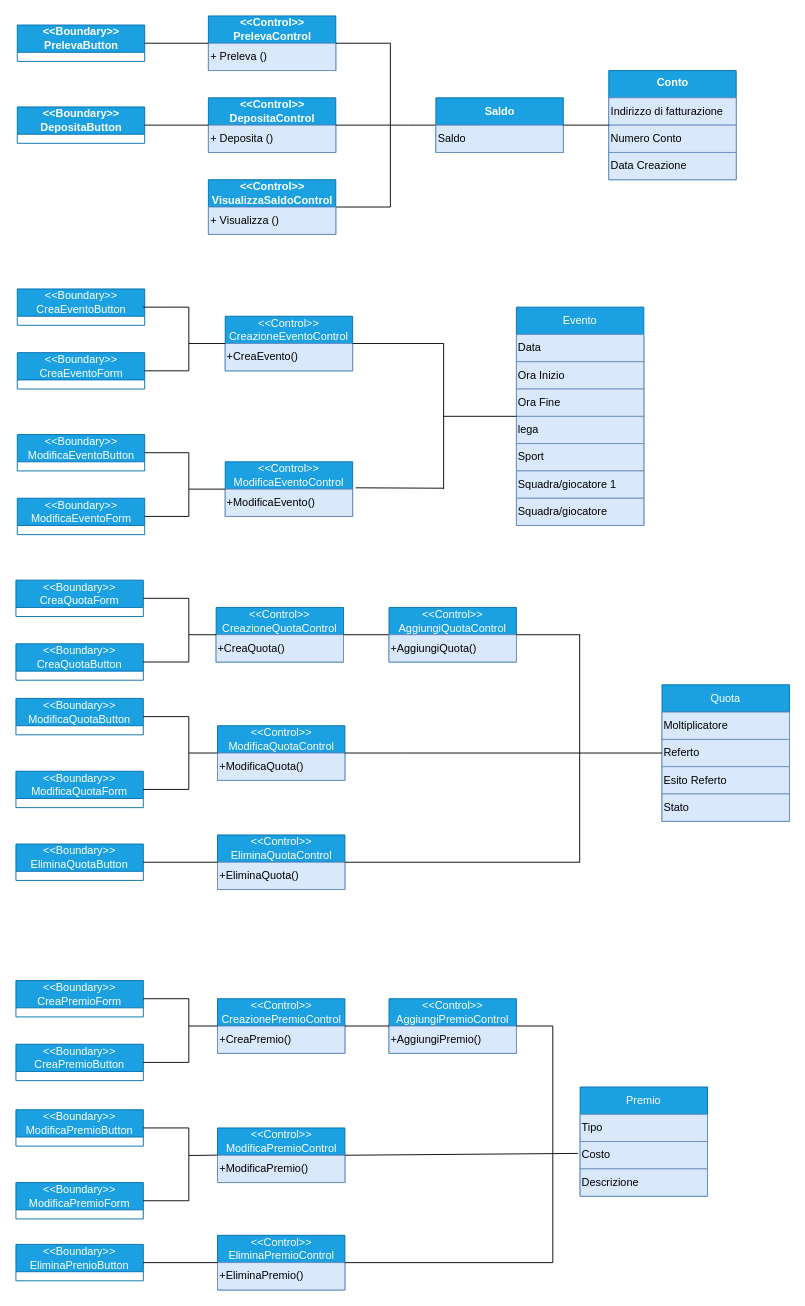
RaffyManzo/ISProject keeps this draw.io diagram as page "saldo" (1 of 6) of DiagrammaSaldo.drawio. Above is the earlier version. Source tidied: cells renumbered, new cells numbered last; positions are measured from the earlier drawing's top-left corner, leaving out a move shared by most shapes. Both pictures are drawn from the tidied source at 91%, with x=0, y=0 at pixel (15, 15).
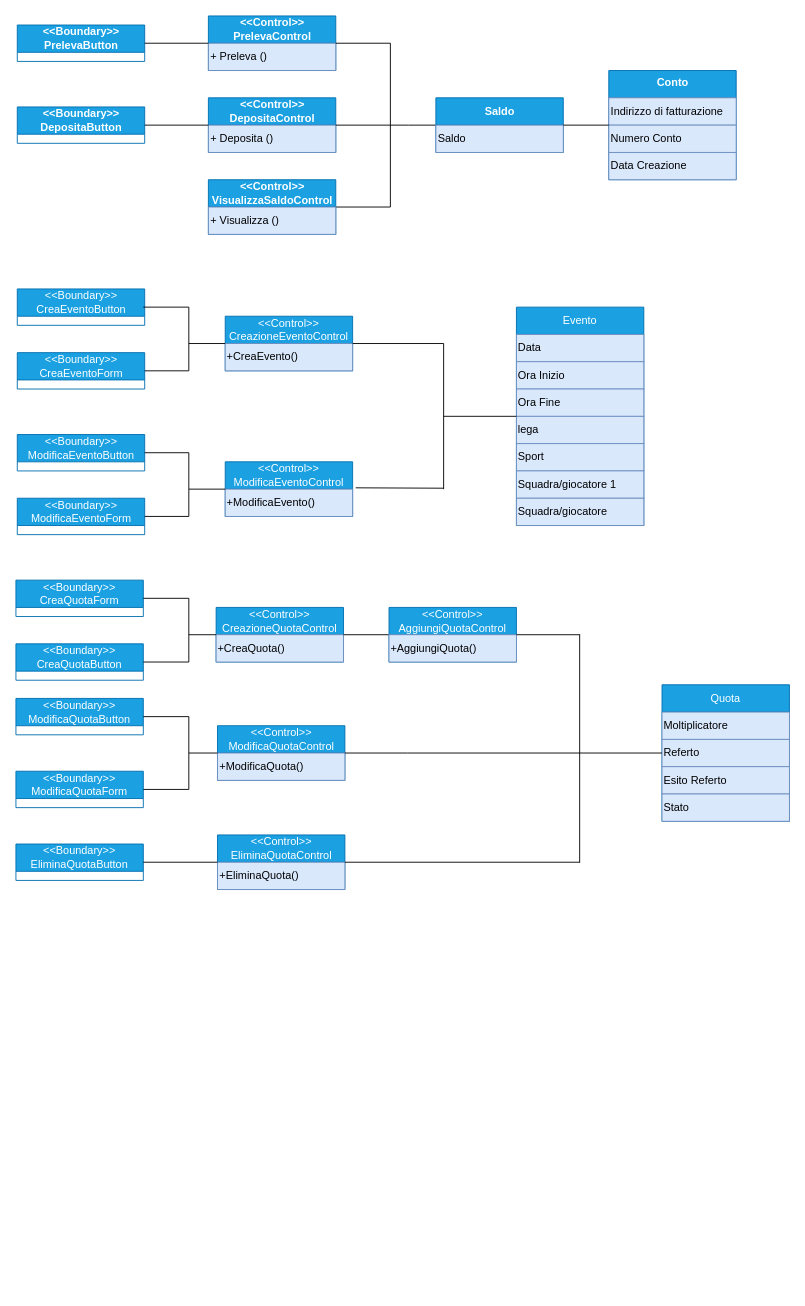
The same diagram, later.

Diff of the diagram source:
```diff
@@
-    <mxCell id="86" value="&amp;lt;&amp;lt;Boundary&amp;gt;&amp;gt;&lt;div style=&quot;font-size: 12px;&quot;&gt;CreaPremioForm&lt;/div&gt;" style="swimlane;fontStyle=0;horizontal=1;startSize=30;whiteSpace=wrap;html=1;fontSize=12;verticalAlign=middle;fillColor=#1ba1e2;strokeColor=#006EAF;fillStyle=auto;fontColor=#ffffff;fontFamily=Century Gothic;" parent="1" vertex="1">
-      <mxGeometry y="1060" width="140" height="40" as="geometry" />
-    </mxCell>
-    <mxCell id="87" value="&amp;lt;&amp;lt;Boundary&amp;gt;&amp;gt;&lt;div style=&quot;font-size: 12px;&quot;&gt;CreaPremioButton&lt;/div&gt;" style="swimlane;fontStyle=0;horizontal=1;startSize=30;whiteSpace=wrap;html=1;fontSize=12;verticalAlign=middle;fillColor=#1ba1e2;strokeColor=#006EAF;fillStyle=auto;fontColor=#ffffff;fontFamily=Century Gothic;" parent="1" vertex="1">
-      <mxGeometry y="1130" width="140" height="40" as="geometry" />
-    </mxCell>
-    <mxCell id="88" value="&amp;lt;&amp;lt;Boundary&amp;gt;&amp;gt;&lt;div style=&quot;font-size: 12px;&quot;&gt;ModificaPremioButton&lt;/div&gt;" style="swimlane;fontStyle=0;horizontal=1;startSize=30;whiteSpace=wrap;html=1;fontSize=12;verticalAlign=middle;fillColor=#1ba1e2;strokeColor=#006EAF;fillStyle=auto;fontColor=#ffffff;fontFamily=Century Gothic;" parent="1" vertex="1">
-      <mxGeometry y="1202" width="140" height="40" as="geometry" />
-    </mxCell>
-    <mxCell id="89" value="&amp;lt;&amp;lt;Boundary&amp;gt;&amp;gt;&lt;div style=&quot;font-size: 12px;&quot;&gt;ModificaPremioForm&lt;/div&gt;" style="swimlane;fontStyle=0;horizontal=1;startSize=30;whiteSpace=wrap;html=1;fontSize=12;verticalAlign=middle;fillColor=#1ba1e2;strokeColor=#006EAF;fillStyle=auto;fontColor=#ffffff;fontFamily=Century Gothic;" parent="1" vertex="1">
-      <mxGeometry y="1282" width="140" height="40" as="geometry" />
-    </mxCell>
-    <mxCell id="90" value="&amp;lt;&amp;lt;Boundary&amp;gt;&amp;gt;&lt;div style=&quot;font-size: 12px;&quot;&gt;EliminaPrenioButton&lt;/div&gt;" style="swimlane;fontStyle=0;horizontal=1;startSize=30;whiteSpace=wrap;html=1;fontSize=12;verticalAlign=middle;fillColor=#1ba1e2;strokeColor=#006EAF;fillStyle=auto;fontColor=#ffffff;fontFamily=Century Gothic;" parent="1" vertex="1">
-      <mxGeometry y="1350" width="140" height="40" as="geometry" />
-    </mxCell>
-    <mxCell id="91" value="&amp;lt;&amp;lt;Control&amp;gt;&amp;gt;&lt;div style=&quot;font-size: 12px;&quot;&gt;CreazionePremioControl&lt;/div&gt;" style="swimlane;fontStyle=0;horizontal=1;startSize=30;whiteSpace=wrap;html=1;fontSize=12;verticalAlign=middle;fillColor=#1ba1e2;strokeColor=#006EAF;fontColor=#ffffff;fontFamily=Century Gothic;" parent="1" vertex="1">
-      <mxGeometry x="221.5" y="1080" width="140" height="60" as="geometry" />
-    </mxCell>
-    <mxCell id="92" value="+CreaPremio()" style="text;html=1;align=left;verticalAlign=middle;whiteSpace=wrap;rounded=0;fillColor=#dae8fc;strokeColor=#6c8ebf;fontFamily=Century Gothic;fontSize=12;" parent="91" vertex="1">
-      <mxGeometry y="30" width="140" height="30" as="geometry" />
-    </mxCell>
-    <mxCell id="93" value="&amp;lt;&amp;lt;Control&amp;gt;&amp;gt;&lt;div style=&quot;font-size: 12px;&quot;&gt;ModificaPremioControl&lt;/div&gt;" style="swimlane;fontStyle=0;horizontal=1;startSize=30;whiteSpace=wrap;html=1;fontSize=12;verticalAlign=middle;fillColor=#1ba1e2;strokeColor=#006EAF;fontColor=#ffffff;fontFamily=Century Gothic;" parent="1" vertex="1">
-      <mxGeometry x="221.5" y="1222" width="140" height="60" as="geometry" />
-    </mxCell>
-    <mxCell id="94" value="+ModificaPremio()" style="text;html=1;align=left;verticalAlign=middle;whiteSpace=wrap;rounded=0;fillColor=#dae8fc;strokeColor=#6c8ebf;fontFamily=Century Gothic;fontSize=12;" parent="93" vertex="1">
-      <mxGeometry y="30" width="140" height="30" as="geometry" />
-    </mxCell>
-    <mxCell id="95" value="&amp;lt;&amp;lt;Control&amp;gt;&amp;gt;&lt;div style=&quot;font-size: 12px;&quot;&gt;EliminaPremioControl&lt;/div&gt;" style="swimlane;fontStyle=0;horizontal=1;startSize=30;whiteSpace=wrap;html=1;fontSize=12;verticalAlign=middle;fillColor=#1ba1e2;strokeColor=#006EAF;fontColor=#ffffff;fontFamily=Century Gothic;" parent="1" vertex="1">
-      <mxGeometry x="221.5" y="1340" width="140" height="60" as="geometry" />
-    </mxCell>
-    <mxCell id="96" value="+EliminaPremio()" style="text;html=1;align=left;verticalAlign=middle;whiteSpace=wrap;rounded=0;fillColor=#dae8fc;strokeColor=#6c8ebf;fontFamily=Century Gothic;fontSize=12;" parent="95" vertex="1">
-      <mxGeometry y="30" width="140" height="30" as="geometry" />
-    </mxCell>
-    <mxCell id="97" value="&amp;lt;&amp;lt;Control&amp;gt;&amp;gt;&lt;div style=&quot;font-size: 12px;&quot;&gt;AggiungiPremioControl&lt;/div&gt;" style="swimlane;fontStyle=0;horizontal=1;startSize=30;whiteSpace=wrap;html=1;fontSize=12;verticalAlign=middle;fillColor=#1ba1e2;strokeColor=#006EAF;fontColor=#ffffff;fontFamily=Century Gothic;" parent="1" vertex="1">
-      <mxGeometry x="410" y="1080" width="140" height="60" as="geometry" />
-    </mxCell>
-    <mxCell id="98" value="+AggiungiPremio()" style="text;html=1;align=left;verticalAlign=middle;whiteSpace=wrap;rounded=0;fillColor=#dae8fc;strokeColor=#6c8ebf;fontFamily=Century Gothic;fontSize=12;" parent="97" vertex="1">
-      <mxGeometry y="30" width="140" height="30" as="geometry" />
-    </mxCell>
-    <mxCell id="99" value="Premio" style="swimlane;fontStyle=0;horizontal=1;startSize=30;whiteSpace=wrap;html=1;fontSize=12;verticalAlign=middle;fillColor=#1ba1e2;strokeColor=#006EAF;fontColor=#ffffff;fontFamily=Century Gothic;" parent="1" vertex="1">
-      <mxGeometry x="620" y="1177" width="140" height="120" as="geometry" />
-    </mxCell>
-    <mxCell id="100" value="Tipo" style="text;html=1;align=left;verticalAlign=middle;whiteSpace=wrap;rounded=0;fillColor=#dae8fc;strokeColor=#6c8ebf;fontFamily=Century Gothic;fontSize=12;" parent="99" vertex="1">
-      <mxGeometry y="30" width="140" height="30" as="geometry" />
-    </mxCell>
-    <mxCell id="101" value="Costo" style="text;html=1;align=left;verticalAlign=middle;whiteSpace=wrap;rounded=0;fillColor=#dae8fc;strokeColor=#6c8ebf;fontFamily=Century Gothic;fontSize=12;" parent="99" vertex="1">
-      <mxGeometry y="60" width="140" height="30" as="geometry" />
-    </mxCell>
-    <mxCell id="102" value="Descrizione" style="text;html=1;align=left;verticalAlign=middle;whiteSpace=wrap;rounded=0;fillColor=#dae8fc;strokeColor=#6c8ebf;fontFamily=Century Gothic;fontSize=12;" parent="99" vertex="1">
-      <mxGeometry y="90" width="140" height="30" as="geometry" />
-    </mxCell>
-    <mxCell id="103" style="endArrow=none;html=1;rounded=0;exitX=1;exitY=0.5;exitDx=0;exitDy=0;fontFamily=Century Gothic;fontSize=12;" parent="1" edge="1" source="86">
-      <mxGeometry relative="1" as="geometry">
-        <mxPoint x="190" y="1080" as="targetPoint" />
-      </mxGeometry>
-    </mxCell>
-    <mxCell id="104" style="endArrow=none;html=1;rounded=0;fontFamily=Century Gothic;fontSize=12;" parent="1" edge="1">
-      <mxGeometry relative="1" as="geometry">
-        <mxPoint x="190" y="1080" as="sourcePoint" />
-        <mxPoint x="190" y="1150" as="targetPoint" />
-      </mxGeometry>
-    </mxCell>
-    <mxCell id="105" style="endArrow=none;html=1;rounded=0;exitX=1;exitY=0.5;exitDx=0;exitDy=0;fontFamily=Century Gothic;fontSize=12;" parent="1" edge="1" source="87">
-      <mxGeometry relative="1" as="geometry">
-        <mxPoint x="190" y="1150" as="targetPoint" />
-      </mxGeometry>
-    </mxCell>
-    <mxCell id="106" style="endArrow=none;html=1;rounded=0;exitX=1;exitY=0.5;exitDx=0;exitDy=0;fontFamily=Century Gothic;fontSize=12;" parent="1" edge="1" source="88">
-      <mxGeometry relative="1" as="geometry">
-        <mxPoint x="190" y="1222" as="targetPoint" />
-      </mxGeometry>
-    </mxCell>
-    <mxCell id="107" style="endArrow=none;html=1;rounded=0;exitX=1;exitY=0.5;exitDx=0;exitDy=0;fontFamily=Century Gothic;fontSize=12;" parent="1" edge="1" source="89">
-      <mxGeometry relative="1" as="geometry">
-        <mxPoint x="190" y="1302" as="targetPoint" />
-      </mxGeometry>
-    </mxCell>
-    <mxCell id="108" style="endArrow=none;html=1;rounded=0;fontFamily=Century Gothic;fontSize=12;" parent="1" edge="1">
-      <mxGeometry relative="1" as="geometry">
-        <mxPoint x="190" y="1302" as="sourcePoint" />
-        <mxPoint x="190" y="1222" as="targetPoint" />
-      </mxGeometry>
-    </mxCell>
-    <mxCell id="109" style="endArrow=none;html=1;rounded=0;exitX=1;exitY=0.5;exitDx=0;exitDy=0;entryX=0;entryY=0;entryDx=0;entryDy=0;fontFamily=Century Gothic;fontSize=12;" parent="1" edge="1" source="90" target="96">
-      <mxGeometry relative="1" as="geometry" />
-    </mxCell>
-    <mxCell id="110" style="endArrow=none;html=1;rounded=0;entryX=0;entryY=0.25;entryDx=0;entryDy=0;fontFamily=Century Gothic;fontSize=12;" parent="1" edge="1">
-      <mxGeometry relative="1" as="geometry">
-        <mxPoint x="190" y="1252.2" as="sourcePoint" />
-        <mxPoint x="221.5" y="1251.8" as="targetPoint" />
-        <Array as="points">
-          <mxPoint x="200" y="1252.2" />
-        </Array>
-      </mxGeometry>
-    </mxCell>
-    <mxCell id="111" style="endArrow=none;html=1;rounded=0;exitX=1;exitY=0;exitDx=0;exitDy=0;fontFamily=Century Gothic;fontSize=12;" parent="1" edge="1" source="96">
-      <mxGeometry relative="1" as="geometry">
-        <mxPoint x="590" y="1370" as="targetPoint" />
-      </mxGeometry>
-    </mxCell>
-    <mxCell id="112" style="endArrow=none;html=1;rounded=0;fontFamily=Century Gothic;fontSize=12;" parent="1" edge="1">
-      <mxGeometry relative="1" as="geometry">
-        <mxPoint x="590" y="1370" as="sourcePoint" />
-        <mxPoint x="590" y="1110" as="targetPoint" />
-      </mxGeometry>
-    </mxCell>
-    <mxCell id="113" style="endArrow=none;html=1;rounded=0;exitX=1;exitY=0.5;exitDx=0;exitDy=0;entryX=0;entryY=0;entryDx=0;entryDy=0;fontFamily=Century Gothic;fontSize=12;" parent="1" edge="1" source="91" target="98">
-      <mxGeometry relative="1" as="geometry" />
-    </mxCell>
-    <mxCell id="114" style="endArrow=none;html=1;rounded=0;exitX=1;exitY=0;exitDx=0;exitDy=0;entryX=-0.016;entryY=0.433;entryDx=0;entryDy=0;entryPerimeter=0;fontFamily=Century Gothic;fontSize=12;" parent="1" edge="1" source="94" target="101">
-      <mxGeometry relative="1" as="geometry" />
-    </mxCell>
-    <mxCell id="115" style="endArrow=none;html=1;rounded=0;exitX=1;exitY=0;exitDx=0;exitDy=0;fontFamily=Century Gothic;fontSize=12;" parent="1" edge="1" source="98">
-      <mxGeometry relative="1" as="geometry">
-        <mxPoint x="590" y="1110" as="targetPoint" />
-      </mxGeometry>
-    </mxCell>
-    <mxCell id="116" style="endArrow=none;html=1;rounded=0;entryX=0;entryY=0;entryDx=0;entryDy=0;fontFamily=Century Gothic;fontSize=12;" parent="1" edge="1" target="92">
-      <mxGeometry relative="1" as="geometry">
-        <mxPoint x="190" y="1110" as="sourcePoint" />
-      </mxGeometry>
-    </mxCell>
```
